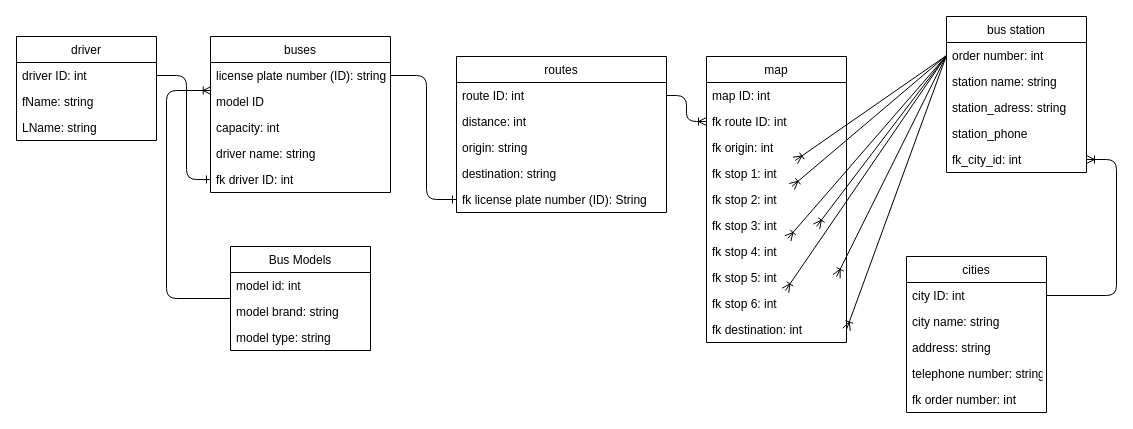
Earlier version of the draw.io diagram page "Step 4 Refine and Normalize" (4 of 4) of exercise 4_transport company.drawio (EstephR/Day33_SQL). Source tidied: cells renumbered, new cells numbered last; positions are measured from the earlier drawing's top-left corner, leaving out a move shared by most shapes. Both pictures are drawn from the tidied source at 100%, with x=0, y=0 at pixel (16, 16).
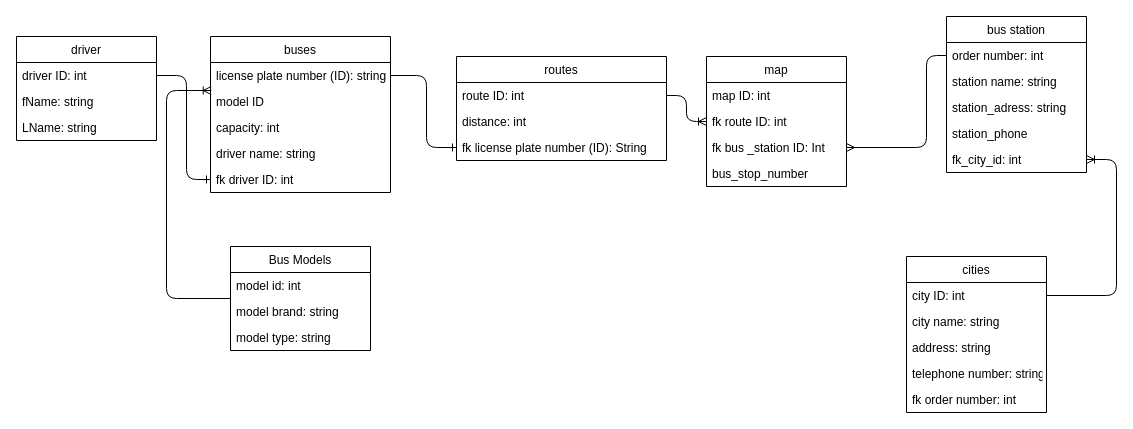
The same diagram, later.

Commit message (it also covers changes not shown here):
finished data structure

The change refers to these unchanged cells:
```xml
<mxCell id="7" value="license plate number (ID): string" style="text;strokeColor=none;fillColor=none;align=left;verticalAlign=top;spacingLeft=4;spacingRight=4;overflow=hidden;points=[[0,0.5],[1,0.5]];portConstraint=eastwest;" parent="6" vertex="1">
  <mxGeometry y="26" width="180" height="26" as="geometry" />
</mxCell>
<mxCell id="26" value="order number: int" style="text;strokeColor=none;fillColor=none;align=left;verticalAlign=top;spacingLeft=4;spacingRight=4;overflow=hidden;points=[[0,0.5],[1,0.5]];portConstraint=eastwest;" parent="25" vertex="1">
  <mxGeometry y="26" width="140" height="26" as="geometry" />
</mxCell>
```

Change to the diagram source:
```diff
@@
     <mxCell id="12" value="routes" style="swimlane;fontStyle=0;horizontal=1;startSize=26;fillColor=none;" parent="1" vertex="1">
-      <mxGeometry x="440" y="40" width="210" height="156" as="geometry" />
+      <mxGeometry x="440" y="40" width="210" height="104" as="geometry" />
     </mxCell>
@@
-    <mxCell id="15" value="origin: string" style="text;strokeColor=none;fillColor=none;align=left;verticalAlign=top;spacingLeft=4;spacingRight=4;overflow=hidden;" parent="12" vertex="1">
-      <mxGeometry y="78" width="210" height="26" as="geometry" />
-    </mxCell>
-    <mxCell id="16" value="destination: string" style="text;strokeColor=none;fillColor=none;align=left;verticalAlign=top;spacingLeft=4;spacingRight=4;overflow=hidden;" parent="12" vertex="1">
-      <mxGeometry y="104" width="210" height="26" as="geometry" />
-    </mxCell>
     <mxCell id="17" value="fk license plate number (ID): String" style="text;strokeColor=none;fillColor=none;align=left;verticalAlign=top;spacingLeft=4;spacingRight=4;overflow=hidden;points=[[0,0.5],[1,0.5]];portConstraint=eastwest;" parent="12" vertex="1">
-      <mxGeometry y="130" width="210" height="26" as="geometry" />
+      <mxGeometry y="78" width="210" height="26" as="geometry" />
     </mxCell>
@@
     <mxCell id="32" style="edgeStyle=none;html=1;exitX=1;exitY=0.5;exitDx=0;exitDy=0;entryX=0;entryY=0.5;entryDx=0;entryDy=0;endArrow=ERone;endFill=0;" parent="1" edge="1" source="7" target="17">
       <mxGeometry relative="1" as="geometry">
         <Array as="points">
           <mxPoint x="410" y="59" />
-          <mxPoint x="410" y="183" />
+          <mxPoint x="410" y="131" />
         </Array>
       </mxGeometry>
     </mxCell>
     <mxCell id="33" value="map" style="swimlane;fontStyle=0;horizontal=1;startSize=26;fillColor=none;" parent="1" vertex="1">
-      <mxGeometry x="690" y="40" width="140" height="286" as="geometry" />
+      <mxGeometry x="690" y="40" width="140" height="130" as="geometry" />
     </mxCell>
@@
-    <mxCell id="36" value="fk origin: int" style="text;strokeColor=none;fillColor=none;align=left;verticalAlign=top;spacingLeft=4;spacingRight=4;overflow=hidden;points=[[0,0.5],[1,0.5]];portConstraint=eastwest;" parent="33" vertex="1">
+    <mxCell id="36" value="fk bus _station ID: Int" style="text;strokeColor=none;fillColor=none;align=left;verticalAlign=top;spacingLeft=4;spacingRight=4;overflow=hidden;points=[[0,0.5],[1,0.5]];portConstraint=eastwest;" parent="33" vertex="1">
       <mxGeometry y="78" width="140" height="26" as="geometry" />
     </mxCell>
-    <mxCell id="37" value="fk stop 1: int" style="text;strokeColor=none;fillColor=none;align=left;verticalAlign=top;spacingLeft=4;spacingRight=4;overflow=hidden;points=[[0,0.5],[1,0.5]];portConstraint=eastwest;" parent="33" vertex="1">
+    <mxCell id="37" value="bus_stop_number" style="text;strokeColor=none;fillColor=none;align=left;verticalAlign=top;spacingLeft=4;spacingRight=4;overflow=hidden;points=[[0,0.5],[1,0.5]];portConstraint=eastwest;" parent="33" vertex="1">
       <mxGeometry y="104" width="140" height="26" as="geometry" />
     </mxCell>
-    <mxCell id="38" value="fk stop 2: int" style="text;strokeColor=none;fillColor=none;align=left;verticalAlign=top;spacingLeft=4;spacingRight=4;overflow=hidden;points=[[0,0.5],[1,0.5]];portConstraint=eastwest;" parent="33" vertex="1">
-      <mxGeometry y="130" width="140" height="26" as="geometry" />
-    </mxCell>
-    <mxCell id="39" value="fk stop 3: int" style="text;strokeColor=none;fillColor=none;align=left;verticalAlign=top;spacingLeft=4;spacingRight=4;overflow=hidden;points=[[0,0.5],[1,0.5]];portConstraint=eastwest;" parent="33" vertex="1">
-      <mxGeometry y="156" width="140" height="26" as="geometry" />
-    </mxCell>
-    <mxCell id="40" value="fk stop 4: int" style="text;strokeColor=none;fillColor=none;align=left;verticalAlign=top;spacingLeft=4;spacingRight=4;overflow=hidden;points=[[0,0.5],[1,0.5]];portConstraint=eastwest;" parent="33" vertex="1">
-      <mxGeometry y="182" width="140" height="26" as="geometry" />
-    </mxCell>
-    <mxCell id="41" value="fk stop 5: int" style="text;strokeColor=none;fillColor=none;align=left;verticalAlign=top;spacingLeft=4;spacingRight=4;overflow=hidden;points=[[0,0.5],[1,0.5]];portConstraint=eastwest;" parent="33" vertex="1">
-      <mxGeometry y="208" width="140" height="26" as="geometry" />
-    </mxCell>
-    <mxCell id="42" value="fk stop 6: int" style="text;strokeColor=none;fillColor=none;align=left;verticalAlign=top;spacingLeft=4;spacingRight=4;overflow=hidden;points=[[0,0.5],[1,0.5]];portConstraint=eastwest;" parent="33" vertex="1">
-      <mxGeometry y="234" width="140" height="26" as="geometry" />
-    </mxCell>
-    <mxCell id="43" value="fk destination: int" style="text;strokeColor=none;fillColor=none;align=left;verticalAlign=top;spacingLeft=4;spacingRight=4;overflow=hidden;points=[[0,0.5],[1,0.5]];portConstraint=eastwest;" parent="33" vertex="1">
-      <mxGeometry y="260" width="140" height="26" as="geometry" />
-    </mxCell>
@@
-    <mxCell id="50" style="html=1;exitX=0;exitY=0.5;exitDx=0;exitDy=0;endArrow=ERoneToMany;endFill=0;" parent="1" edge="1" source="26" target="37">
-      <mxGeometry relative="1" as="geometry" />
-    </mxCell>
-    <mxCell id="51" style="edgeStyle=none;html=1;exitX=0;exitY=0.5;exitDx=0;exitDy=0;endArrow=ERoneToMany;endFill=0;" parent="1" edge="1" source="26" target="38">
-      <mxGeometry relative="1" as="geometry" />
-    </mxCell>
-    <mxCell id="52" style="edgeStyle=none;html=1;exitX=0;exitY=0.5;exitDx=0;exitDy=0;entryX=0.786;entryY=0.538;entryDx=0;entryDy=0;entryPerimeter=0;endArrow=ERoneToMany;endFill=0;" parent="1" edge="1" source="26" target="39">
-      <mxGeometry relative="1" as="geometry" />
-    </mxCell>
-    <mxCell id="53" style="edgeStyle=none;html=1;exitX=0;exitY=0.5;exitDx=0;exitDy=0;endArrow=ERoneToMany;endFill=0;" parent="1" edge="1" source="26" target="40">
-      <mxGeometry relative="1" as="geometry" />
-    </mxCell>
-    <mxCell id="54" style="edgeStyle=none;html=1;exitX=0;exitY=0.5;exitDx=0;exitDy=0;entryX=0.929;entryY=0.462;entryDx=0;entryDy=0;entryPerimeter=0;endArrow=ERoneToMany;endFill=0;" parent="1" edge="1" source="26" target="41">
-      <mxGeometry relative="1" as="geometry" />
-    </mxCell>
-    <mxCell id="55" style="edgeStyle=none;html=1;exitX=0;exitY=0.5;exitDx=0;exitDy=0;endArrow=ERoneToMany;endFill=0;" parent="1" edge="1" source="26" target="42">
-      <mxGeometry relative="1" as="geometry" />
-    </mxCell>
-    <mxCell id="56" style="edgeStyle=none;html=1;exitX=0;exitY=0.5;exitDx=0;exitDy=0;entryX=1;entryY=0.5;entryDx=0;entryDy=0;endArrow=ERoneToMany;endFill=0;" parent="1" edge="1" source="26" target="43">
-      <mxGeometry relative="1" as="geometry" />
-    </mxCell>
+    <mxCell id="57" style="edgeStyle=none;html=1;entryX=1;entryY=0.5;entryDx=0;entryDy=0;exitX=0;exitY=0.5;exitDx=0;exitDy=0;endArrow=ERmany;endFill=0;" parent="1" edge="1" source="26" target="36">
+      <mxGeometry relative="1" as="geometry">
+        <Array as="points">
+          <mxPoint x="910" y="39" />
+          <mxPoint x="910" y="131" />
+        </Array>
+      </mxGeometry>
+    </mxCell>
```
